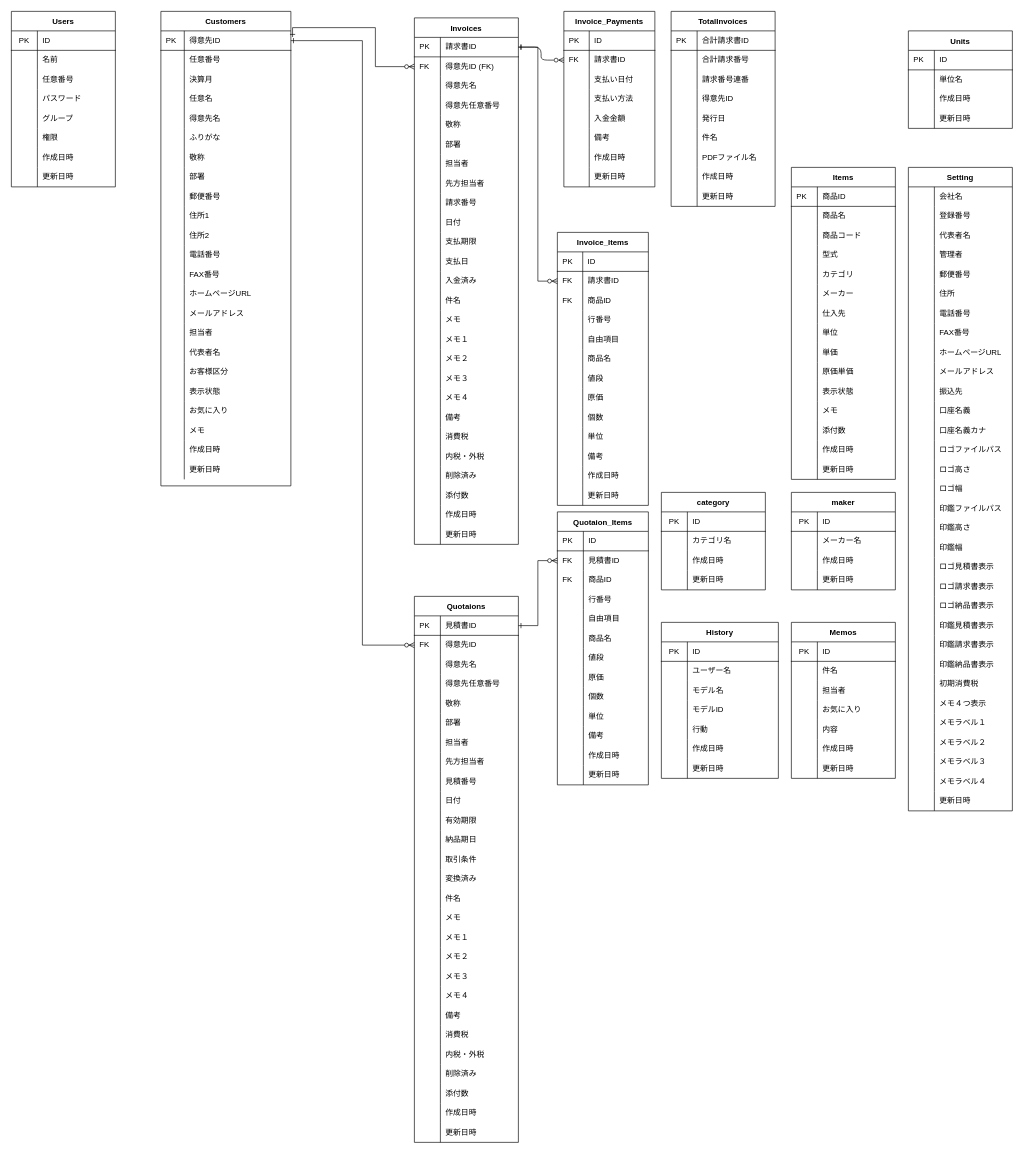
Before: soho_er.dio in gamasenninn/caddie-clone, a draw.io diagram. Source tidied: cells renumbered, new cells numbered last; positions are measured from the earlier drawing's top-left corner, leaving out a move shared by most shapes. Both pictures are drawn from the tidied source at 65%, with x=0, y=0 at pixel (11, 11).
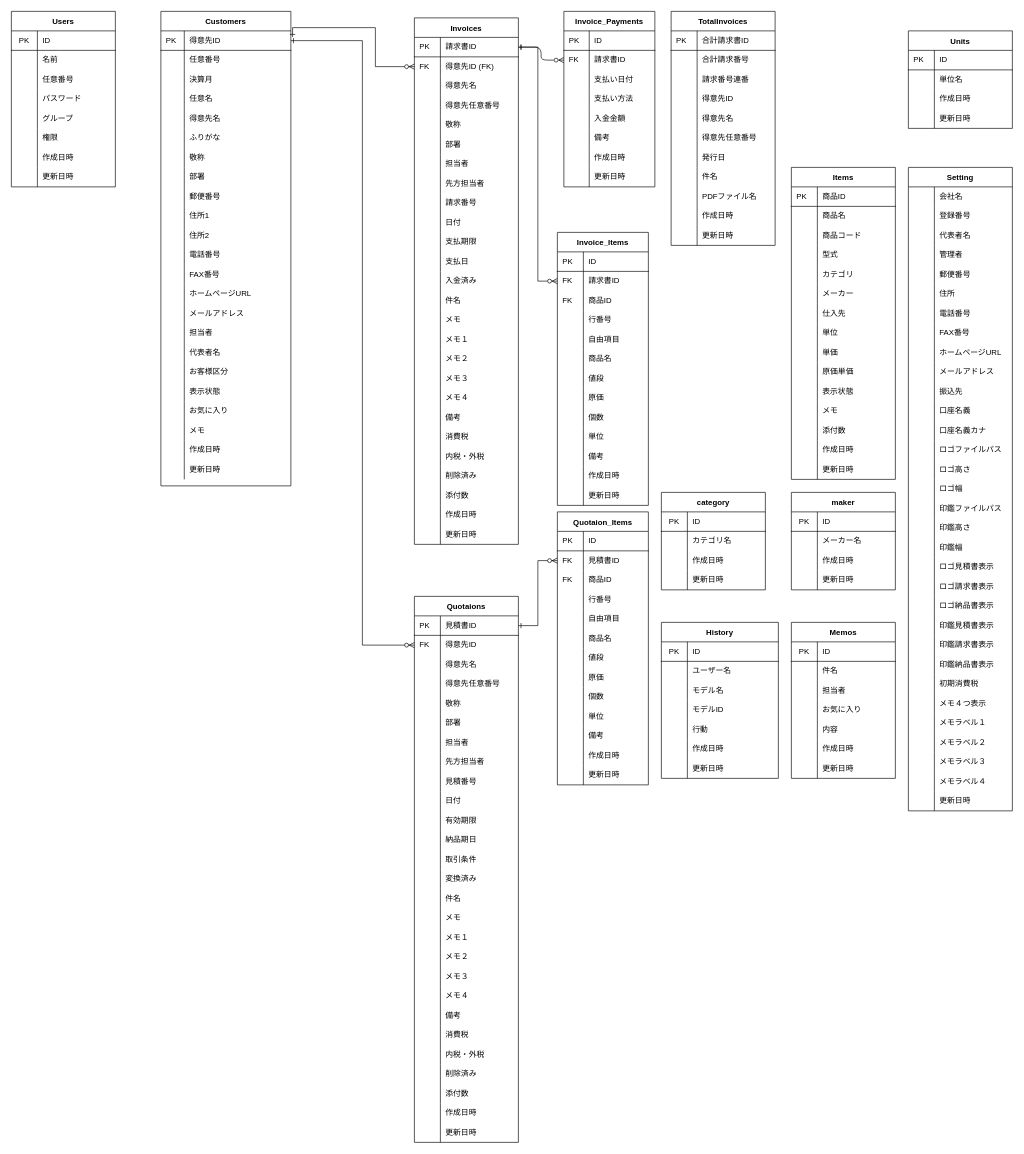
The same page after the edit.

Unchanged cells that the change refers to:
```xml
<mxCell id="198" style="shape=partialRectangle;html=1;whiteSpace=wrap;fillColor=none;top=0;left=0;bottom=1;right=0;" parent="197" vertex="1">
  <mxGeometry y="30" width="140" height="30" as="geometry" />
</mxCell>
<mxCell id="201" style="shape=partialRectangle;html=1;whiteSpace=wrap;fillColor=none;top=0;left=0;bottom=0;right=0;points=[[0,0.5],[1,0.5]];portConstraint=eastwest;" parent="197" vertex="1">
  <mxGeometry y="60" width="140" height="30" as="geometry" />
</mxCell>
<mxCell id="204" style="shape=partialRectangle;html=1;whiteSpace=wrap;fillColor=none;top=0;left=0;bottom=0;right=0;" parent="197" vertex="1">
  <mxGeometry y="90" width="140" height="30" as="geometry" />
</mxCell>
<mxCell id="207" style="shape=partialRectangle;html=1;whiteSpace=wrap;fillColor=none;top=0;left=0;bottom=0;right=0;" parent="197" vertex="1">
  <mxGeometry y="120" width="140" height="30" as="geometry" />
</mxCell>
<mxCell id="210" style="shape=partialRectangle;html=1;whiteSpace=wrap;fillColor=none;top=0;left=0;bottom=0;right=0;" parent="197" vertex="1">
  <mxGeometry y="150" width="140" height="30" as="geometry" />
</mxCell>
<mxCell id="213" style="shape=partialRectangle;html=1;whiteSpace=wrap;fillColor=none;top=0;left=0;bottom=0;right=0;" parent="197" vertex="1">
  <mxGeometry y="180" width="140" height="30" as="geometry" />
</mxCell>
<mxCell id="216" style="shape=partialRectangle;html=1;whiteSpace=wrap;fillColor=none;top=0;left=0;bottom=0;right=0;" parent="197" vertex="1">
  <mxGeometry y="210" width="140" height="30" as="geometry" />
</mxCell>
<mxCell id="219" style="shape=partialRectangle;html=1;whiteSpace=wrap;fillColor=none;top=0;left=0;bottom=0;right=0;" parent="197" vertex="1">
  <mxGeometry y="240" width="140" height="30" as="geometry" />
</mxCell>
<mxCell id="222" style="shape=partialRectangle;html=1;whiteSpace=wrap;fillColor=none;top=0;left=0;bottom=0;right=0;" parent="197" vertex="1">
  <mxGeometry y="270" width="140" height="30" as="geometry" />
</mxCell>
<mxCell id="225" style="shape=partialRectangle;html=1;whiteSpace=wrap;fillColor=none;top=0;left=0;bottom=0;right=0;" parent="197" vertex="1">
  <mxGeometry y="300" width="140" height="30" as="geometry" />
</mxCell>
<mxCell id="228" style="shape=partialRectangle;html=1;whiteSpace=wrap;fillColor=none;top=0;left=0;bottom=0;right=0;" parent="197" vertex="1">
  <mxGeometry y="330" width="140" height="30" as="geometry" />
</mxCell>
<mxCell id="231" style="shape=partialRectangle;html=1;whiteSpace=wrap;fillColor=none;top=0;left=0;bottom=0;right=0;" parent="197" vertex="1">
  <mxGeometry y="360" width="140" height="30" as="geometry" />
</mxCell>
<mxCell id="234" style="shape=partialRectangle;html=1;whiteSpace=wrap;fillColor=none;top=0;left=0;bottom=0;right=0;" parent="197" vertex="1">
  <mxGeometry y="390" width="140" height="30" as="geometry" />
</mxCell>
```

What changed in the source:
```diff
@@
-<mxGraphModel>
+<mxGraphModel background="#ffffff">
@@
     <mxCell id="199" value="PK" style="shape=partialRectangle;html=1;whiteSpace=wrap;fillColor=none;top=0;left=0;bottom=0;right=0;align=left;spacingLeft=6;overflow=hidden;" parent="198" vertex="1">
-      <mxGeometry width="39" height="30" as="geometry" />
+      <mxGeometry width="40" height="30" as="geometry" />
     </mxCell>
     <mxCell id="200" value="ID" style="shape=partialRectangle;html=1;whiteSpace=wrap;fillColor=none;top=0;left=0;bottom=0;right=0;align=left;spacingLeft=6;overflow=hidden;" parent="198" vertex="1">
-      <mxGeometry x="39" width="101" height="30" as="geometry" />
+      <mxGeometry x="40" width="100" height="30" as="geometry" />
     </mxCell>
@@
     <mxCell id="202" value="FK" style="shape=partialRectangle;html=1;whiteSpace=wrap;fillColor=none;top=0;left=0;bottom=0;right=0;align=left;spacingLeft=6;overflow=hidden;" parent="201" vertex="1">
-      <mxGeometry width="39" height="30" as="geometry" />
+      <mxGeometry width="40" height="30" as="geometry" />
     </mxCell>
     <mxCell id="203" value="請求書ID&amp;nbsp;" style="shape=partialRectangle;html=1;whiteSpace=wrap;fillColor=none;top=0;left=0;bottom=0;right=0;align=left;spacingLeft=6;overflow=hidden;" parent="201" vertex="1">
-      <mxGeometry x="39" width="101" height="30" as="geometry" />
+      <mxGeometry x="40" width="100" height="30" as="geometry" />
     </mxCell>
@@
     <mxCell id="205" value="FK" style="shape=partialRectangle;html=1;whiteSpace=wrap;fillColor=none;top=0;left=0;bottom=0;right=0;align=left;spacingLeft=6;overflow=hidden;" parent="204" vertex="1">
-      <mxGeometry width="39" height="30" as="geometry" />
+      <mxGeometry width="40" height="30" as="geometry" />
     </mxCell>
     <mxCell id="206" value="商品ID&amp;nbsp;" style="shape=partialRectangle;html=1;whiteSpace=wrap;fillColor=none;top=0;left=0;bottom=0;right=0;align=left;spacingLeft=6;overflow=hidden;" parent="204" vertex="1">
-      <mxGeometry x="39" width="101" height="30" as="geometry" />
+      <mxGeometry x="40" width="100" height="30" as="geometry" />
     </mxCell>
@@
     <mxCell id="208" style="shape=partialRectangle;html=1;whiteSpace=wrap;fillColor=none;top=0;left=0;bottom=0;right=0;align=left;spacingLeft=6;overflow=hidden;" parent="207" vertex="1">
-      <mxGeometry width="39" height="30" as="geometry" />
+      <mxGeometry width="40" height="30" as="geometry" />
     </mxCell>
     <mxCell id="209" value="行番号" style="shape=partialRectangle;html=1;whiteSpace=wrap;fillColor=none;top=0;left=0;bottom=0;right=0;align=left;spacingLeft=6;overflow=hidden;" parent="207" vertex="1">
-      <mxGeometry x="39" width="101" height="30" as="geometry" />
+      <mxGeometry x="40" width="100" height="30" as="geometry" />
     </mxCell>
@@
     <mxCell id="211" style="shape=partialRectangle;html=1;whiteSpace=wrap;fillColor=none;top=0;left=0;bottom=0;right=0;align=left;spacingLeft=6;overflow=hidden;" parent="210" vertex="1">
-      <mxGeometry width="39" height="30" as="geometry" />
+      <mxGeometry width="40" height="30" as="geometry" />
     </mxCell>
     <mxCell id="212" value="自由項目" style="shape=partialRectangle;html=1;whiteSpace=wrap;fillColor=none;top=0;left=0;bottom=0;right=0;align=left;spacingLeft=6;overflow=hidden;" parent="210" vertex="1">
-      <mxGeometry x="39" width="101" height="30" as="geometry" />
+      <mxGeometry x="40" width="100" height="30" as="geometry" />
     </mxCell>
@@
     <mxCell id="214" style="shape=partialRectangle;html=1;whiteSpace=wrap;fillColor=none;top=0;left=0;bottom=0;right=0;align=left;spacingLeft=6;overflow=hidden;" parent="213" vertex="1">
-      <mxGeometry width="39" height="30" as="geometry" />
+      <mxGeometry width="40" height="30" as="geometry" />
     </mxCell>
     <mxCell id="215" value="商品名" style="shape=partialRectangle;html=1;whiteSpace=wrap;fillColor=none;top=0;left=0;bottom=0;right=0;align=left;spacingLeft=6;overflow=hidden;" parent="213" vertex="1">
-      <mxGeometry x="39" width="101" height="30" as="geometry" />
+      <mxGeometry x="40" width="100" height="30" as="geometry" />
     </mxCell>
@@
     <mxCell id="217" style="shape=partialRectangle;html=1;whiteSpace=wrap;fillColor=none;top=0;left=0;bottom=0;right=0;align=left;spacingLeft=6;overflow=hidden;" parent="216" vertex="1">
-      <mxGeometry width="39" height="30" as="geometry" />
+      <mxGeometry width="40" height="30" as="geometry" />
     </mxCell>
     <mxCell id="218" value="値段" style="shape=partialRectangle;html=1;whiteSpace=wrap;fillColor=none;top=0;left=0;bottom=0;right=0;align=left;spacingLeft=6;overflow=hidden;" parent="216" vertex="1">
-      <mxGeometry x="39" width="101" height="30" as="geometry" />
+      <mxGeometry x="40" width="100" height="30" as="geometry" />
     </mxCell>
@@
     <mxCell id="220" style="shape=partialRectangle;html=1;whiteSpace=wrap;fillColor=none;top=0;left=0;bottom=0;right=0;align=left;spacingLeft=6;overflow=hidden;" parent="219" vertex="1">
-      <mxGeometry width="39" height="30" as="geometry" />
+      <mxGeometry width="40" height="30" as="geometry" />
     </mxCell>
     <mxCell id="221" value="原価" style="shape=partialRectangle;html=1;whiteSpace=wrap;fillColor=none;top=0;left=0;bottom=0;right=0;align=left;spacingLeft=6;overflow=hidden;" parent="219" vertex="1">
-      <mxGeometry x="39" width="101" height="30" as="geometry" />
+      <mxGeometry x="40" width="100" height="30" as="geometry" />
     </mxCell>
@@
     <mxCell id="223" style="shape=partialRectangle;html=1;whiteSpace=wrap;fillColor=none;top=0;left=0;bottom=0;right=0;align=left;spacingLeft=6;overflow=hidden;" parent="222" vertex="1">
-      <mxGeometry width="39" height="30" as="geometry" />
+      <mxGeometry width="40" height="30" as="geometry" />
     </mxCell>
     <mxCell id="224" value="個数" style="shape=partialRectangle;html=1;whiteSpace=wrap;fillColor=none;top=0;left=0;bottom=0;right=0;align=left;spacingLeft=6;overflow=hidden;" parent="222" vertex="1">
-      <mxGeometry x="39" width="101" height="30" as="geometry" />
+      <mxGeometry x="40" width="100" height="30" as="geometry" />
     </mxCell>
@@
     <mxCell id="226" style="shape=partialRectangle;html=1;whiteSpace=wrap;fillColor=none;top=0;left=0;bottom=0;right=0;align=left;spacingLeft=6;overflow=hidden;" parent="225" vertex="1">
-      <mxGeometry width="39" height="30" as="geometry" />
+      <mxGeometry width="40" height="30" as="geometry" />
     </mxCell>
     <mxCell id="227" value="単位" style="shape=partialRectangle;html=1;whiteSpace=wrap;fillColor=none;top=0;left=0;bottom=0;right=0;align=left;spacingLeft=6;overflow=hidden;" parent="225" vertex="1">
-      <mxGeometry x="39" width="101" height="30" as="geometry" />
+      <mxGeometry x="40" width="100" height="30" as="geometry" />
     </mxCell>
@@
     <mxCell id="229" style="shape=partialRectangle;html=1;whiteSpace=wrap;fillColor=none;top=0;left=0;bottom=0;right=0;align=left;spacingLeft=6;overflow=hidden;" parent="228" vertex="1">
-      <mxGeometry width="39" height="30" as="geometry" />
+      <mxGeometry width="40" height="30" as="geometry" />
     </mxCell>
     <mxCell id="230" value="備考" style="shape=partialRectangle;html=1;whiteSpace=wrap;fillColor=none;top=0;left=0;bottom=0;right=0;align=left;spacingLeft=6;overflow=hidden;" parent="228" vertex="1">
-      <mxGeometry x="39" width="101" height="30" as="geometry" />
+      <mxGeometry x="40" width="100" height="30" as="geometry" />
     </mxCell>
@@
     <mxCell id="232" style="shape=partialRectangle;html=1;whiteSpace=wrap;fillColor=none;top=0;left=0;bottom=0;right=0;align=left;spacingLeft=6;overflow=hidden;" parent="231" vertex="1">
-      <mxGeometry width="39" height="30" as="geometry" />
+      <mxGeometry width="40" height="30" as="geometry" />
     </mxCell>
     <mxCell id="233" value="作成日時" style="shape=partialRectangle;html=1;whiteSpace=wrap;fillColor=none;top=0;left=0;bottom=0;right=0;align=left;spacingLeft=6;overflow=hidden;" parent="231" vertex="1">
-      <mxGeometry x="39" width="101" height="30" as="geometry" />
+      <mxGeometry x="40" width="100" height="30" as="geometry" />
     </mxCell>
@@
     <mxCell id="235" style="shape=partialRectangle;html=1;whiteSpace=wrap;fillColor=none;top=0;left=0;bottom=0;right=0;align=left;spacingLeft=6;overflow=hidden;" parent="234" vertex="1">
-      <mxGeometry width="39" height="30" as="geometry" />
+      <mxGeometry width="40" height="30" as="geometry" />
     </mxCell>
     <mxCell id="236" value="更新日時" style="shape=partialRectangle;html=1;whiteSpace=wrap;fillColor=none;top=0;left=0;bottom=0;right=0;align=left;spacingLeft=6;overflow=hidden;" parent="234" vertex="1">
-      <mxGeometry x="39" width="101" height="30" as="geometry" />
+      <mxGeometry x="40" width="100" height="30" as="geometry" />
     </mxCell>
@@
     <mxCell id="594" value="TotalInvoices" style="shape=table;startSize=30;childLayout=tableLayout;rowLines=0;fontStyle=1;align=center;" parent="1" vertex="1">
-      <mxGeometry x="1015" width="160" height="300" as="geometry" />
+      <mxGeometry x="1015" width="160" height="360" as="geometry" />
     </mxCell>
@@
+    <mxCell id="622" style="shape=partialRectangle;html=1;whiteSpace=wrap;fillColor=none;top=0;left=0;bottom=0;right=0;" parent="594" vertex="1">
+      <mxGeometry y="150" width="160" height="30" as="geometry" />
+    </mxCell>
+    <mxCell id="623" style="shape=partialRectangle;html=1;whiteSpace=wrap;fillColor=none;top=0;left=0;bottom=0;right=0;align=left;spacingLeft=6;overflow=hidden;" parent="622" vertex="1">
+      <mxGeometry width="40" height="30" as="geometry" />
+    </mxCell>
+    <mxCell id="624" value="得意先名" style="shape=partialRectangle;html=1;whiteSpace=wrap;fillColor=none;top=0;left=0;bottom=0;right=0;align=left;spacingLeft=6;overflow=hidden;" parent="622" vertex="1">
+      <mxGeometry x="40" width="120" height="30" as="geometry" />
+    </mxCell>
+    <mxCell id="625" style="shape=partialRectangle;html=1;whiteSpace=wrap;fillColor=none;top=0;left=0;bottom=0;right=0;" parent="594" vertex="1">
+      <mxGeometry y="180" width="160" height="30" as="geometry" />
+    </mxCell>
+    <mxCell id="626" style="shape=partialRectangle;html=1;whiteSpace=wrap;fillColor=none;top=0;left=0;bottom=0;right=0;align=left;spacingLeft=6;overflow=hidden;" parent="625" vertex="1">
+      <mxGeometry width="40" height="30" as="geometry" />
+    </mxCell>
+    <mxCell id="627" value="得意先任意番号" style="shape=partialRectangle;html=1;whiteSpace=wrap;fillColor=none;top=0;left=0;bottom=0;right=0;align=left;spacingLeft=6;overflow=hidden;" parent="625" vertex="1">
+      <mxGeometry x="40" width="120" height="30" as="geometry" />
+    </mxCell>
     <mxCell id="607" style="shape=partialRectangle;html=1;whiteSpace=wrap;fillColor=none;top=0;left=0;bottom=0;right=0;" parent="594" vertex="1">
-      <mxGeometry y="150" width="160" height="30" as="geometry" />
+      <mxGeometry y="210" width="160" height="30" as="geometry" />
     </mxCell>
@@
     <mxCell id="610" style="shape=partialRectangle;html=1;whiteSpace=wrap;fillColor=none;top=0;left=0;bottom=0;right=0;" parent="594" vertex="1">
-      <mxGeometry y="180" width="160" height="30" as="geometry" />
+      <mxGeometry y="240" width="160" height="30" as="geometry" />
     </mxCell>
@@
     <mxCell id="613" style="shape=partialRectangle;html=1;whiteSpace=wrap;fillColor=none;top=0;left=0;bottom=0;right=0;" parent="594" vertex="1">
-      <mxGeometry y="210" width="160" height="30" as="geometry" />
+      <mxGeometry y="270" width="160" height="30" as="geometry" />
     </mxCell>
@@
     <mxCell id="616" style="shape=partialRectangle;html=1;whiteSpace=wrap;fillColor=none;top=0;left=0;bottom=0;right=0;" parent="594" vertex="1">
-      <mxGeometry y="240" width="160" height="30" as="geometry" />
+      <mxGeometry y="300" width="160" height="30" as="geometry" />
     </mxCell>
@@
     <mxCell id="619" style="shape=partialRectangle;html=1;whiteSpace=wrap;fillColor=none;top=0;left=0;bottom=0;right=0;" parent="594" vertex="1">
-      <mxGeometry y="270" width="160" height="30" as="geometry" />
+      <mxGeometry y="330" width="160" height="30" as="geometry" />
     </mxCell>
```
